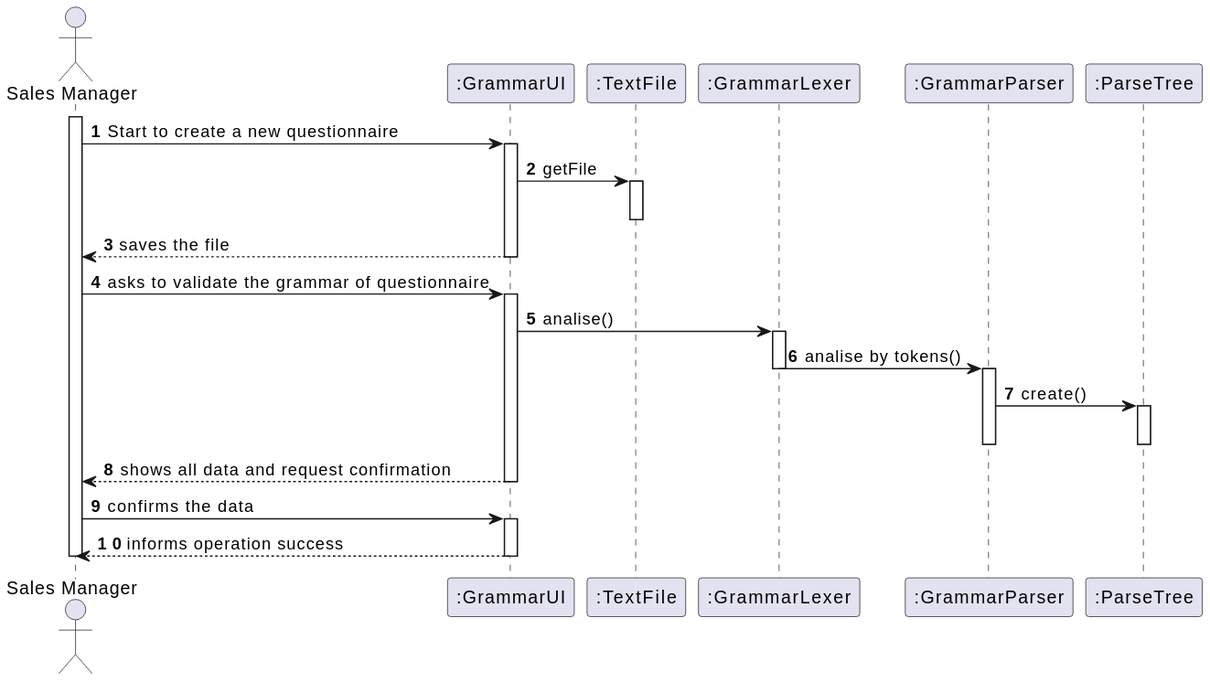
marttuga/LAPR4-SmartSystems keeps this PlantUML diagram as docs/Sprint3/US3001/US3001_SD.svg. Above is the earlier version. The source it was exported from:
```plantuml
@startuml
autonumber
actor "Sales Manager" as SM
participant ":GrammarUI" as UI
participant ":TextFile" as TF
participant ":GrammarLexer" as GL
participant ":GrammarParser" as GP
participant ":ParseTree" as PS


activate SM

SM -> UI : Start to create a new questionnaire
activate UI

UI -> TF : getFile
activate TF

deactivate TF

UI --> SM : saves the file
deactivate UI

SM -> UI : asks to validate the grammar of questionnaire
activate UI

UI -> GL : analise()
deactivate TF

activate GL
GL -> GP : analise by tokens()
deactivate GL
activate GP
GP -> PS : create()
activate PS
deactivate GP

deactivate PS
UI --> SM : shows all data and request confirmation
deactivate UI



SM -> UI : confirms the data

activate UI
UI --> SM : informs operation success
deactivate UI

deactivate UI
deactivate SM
@enduml
```
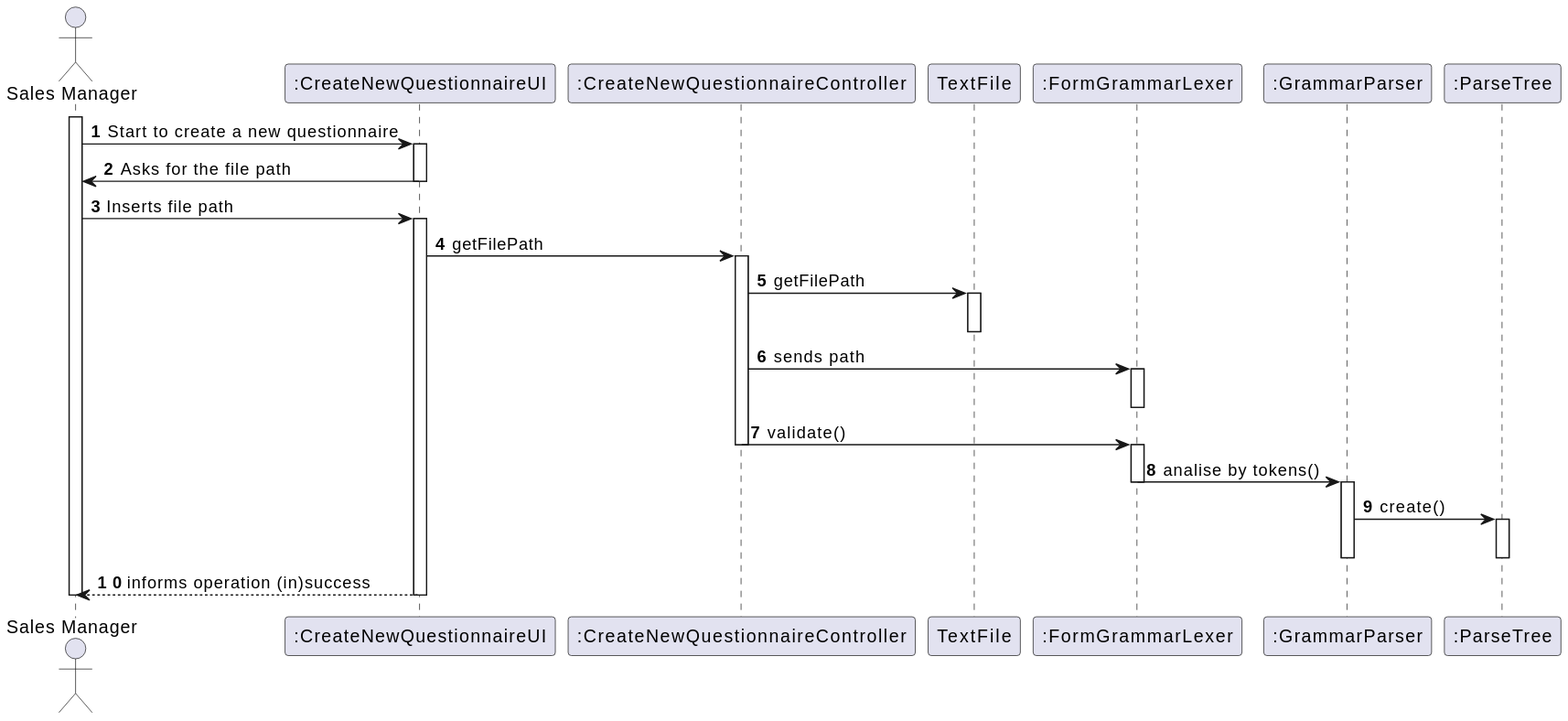
After the commit.

The edit, as a diff of the source:
```diff
@@ -1,9 +1,10 @@
 @startuml
 autonumber
 actor "Sales Manager" as SM
-participant ":GrammarUI" as UI
-participant ":TextFile" as TF
-participant ":GrammarLexer" as GL
+participant ":CreateNewQuestionnaireUI" as UI
+participant ":CreateNewQuestionnaireController" as CTRL
+participant "TextFile" as TF
+participant ":FormGrammarLexer" as GL
 participant ":GrammarParser" as GP
 participant ":ParseTree" as PS
 
@@ -13,38 +14,41 @@
 SM -> UI : Start to create a new questionnaire
 activate UI
 
-UI -> TF : getFile
+UI -> SM : Asks for the file path
+deactivate UI
+
+SM -> UI : Inserts file path
+activate UI
+
+UI -> CTRL : getFilePath
+activate CTRL
+
+CTRL -> TF : getFilePath
 activate TF
 
 deactivate TF
 
-UI --> SM : saves the file
-deactivate UI
+CTRL -> GL : sends path
+activate GL
+deactivate GL
 
-SM -> UI : asks to validate the grammar of questionnaire
-activate UI
 
-UI -> GL : analise()
+CTRL -> GL : validate()
 deactivate TF
+deactivate CTRL
 
 activate GL
 GL -> GP : analise by tokens()
 deactivate GL
 activate GP
+
 GP -> PS : create()
 activate PS
 deactivate GP
 
 deactivate PS
-UI --> SM : shows all data and request confirmation
-deactivate UI
 
-
-
-SM -> UI : confirms the data
-
-activate UI
-UI --> SM : informs operation success
+UI --> SM : informs operation (in)success
 deactivate UI
 
 deactivate UI
```
